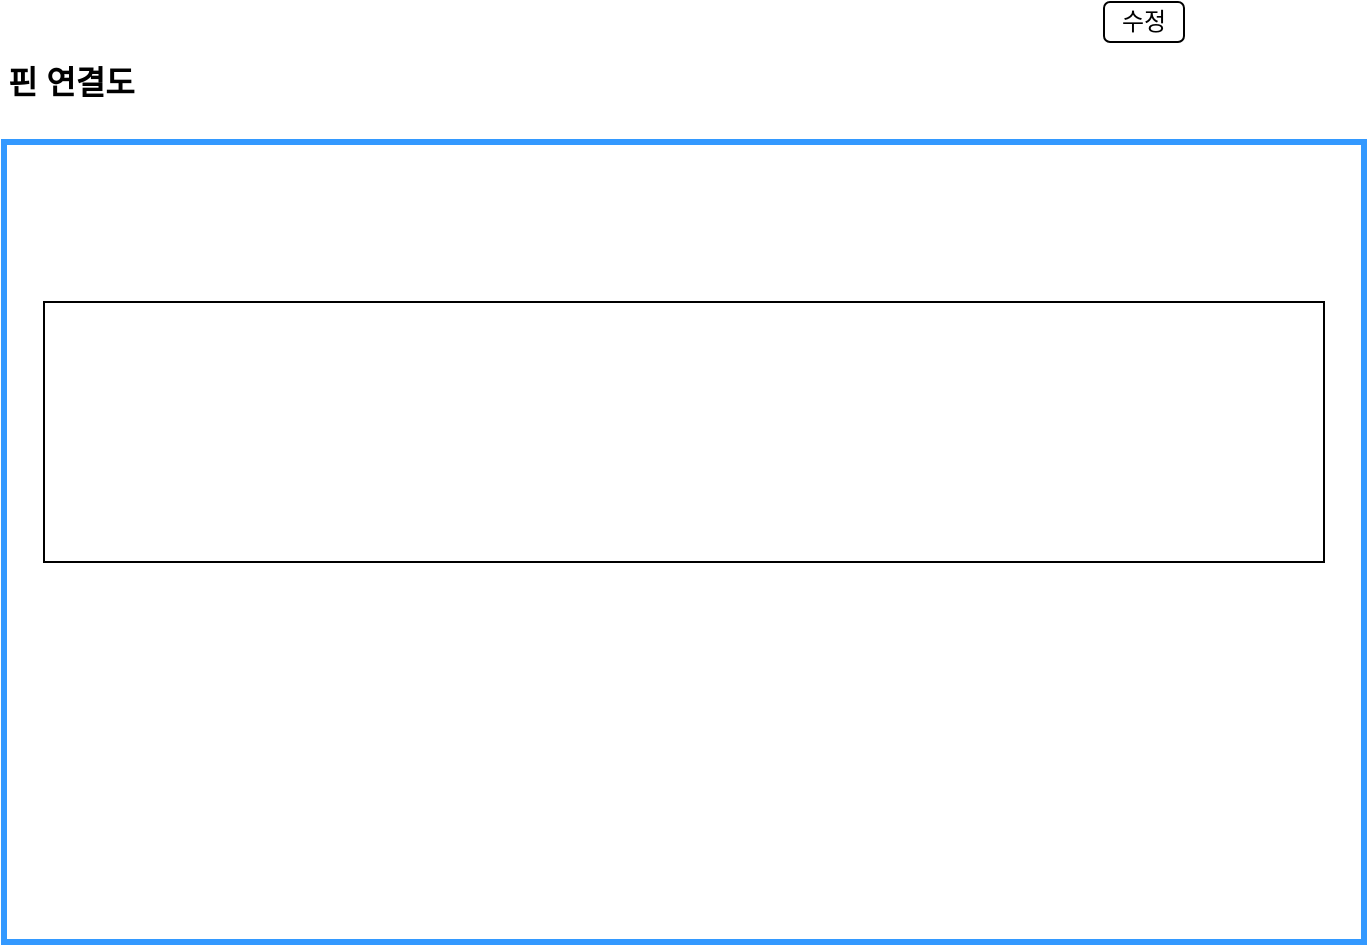
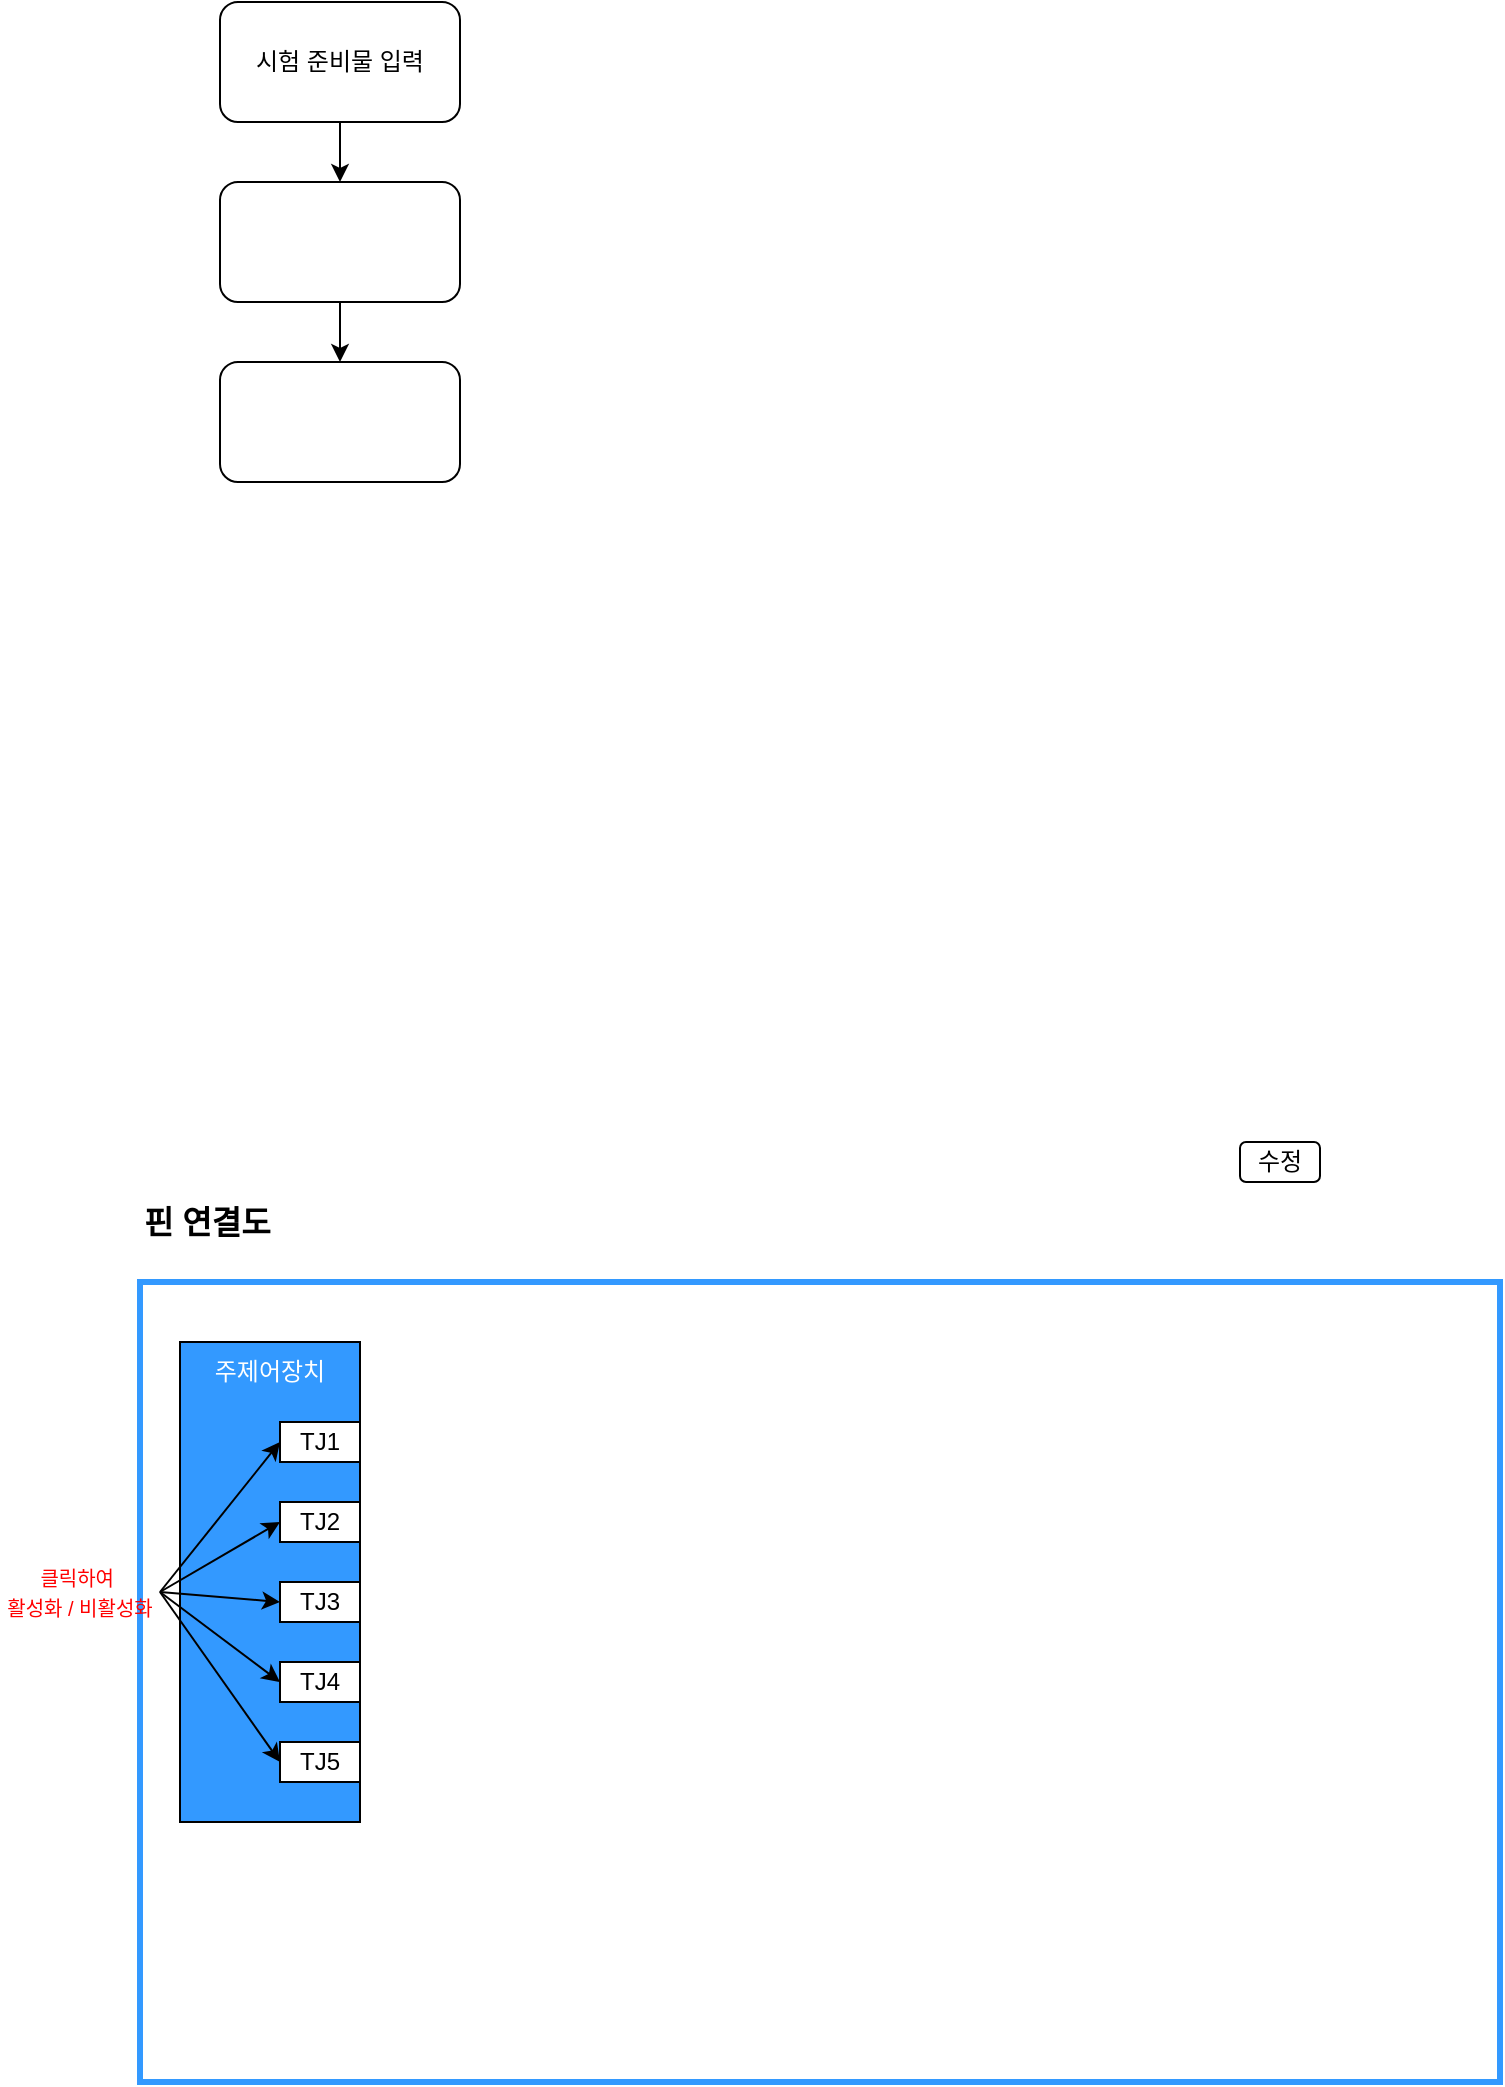
<mxfile host="app.diagrams.net">
  <diagram name="페이지-1" id="UxWbZ_BPkf-oguWBpRFv">
    <mxGraphModel dx="1047" dy="550" grid="1" gridSize="10" guides="1" tooltips="1" connect="1" arrows="1" fold="1" page="1" pageScale="1" pageWidth="827" pageHeight="1169" math="0" shadow="0">
      <root>
        <mxCell id="0" />
        <mxCell id="1" parent="0" />
        <mxCell id="T5Jo-hEF-b0Sb9yn7Qss-1" parent="1" style="rounded=0;whiteSpace=wrap;html=1;strokeColor=#3399FF;strokeWidth=3;glass=0;shadow=0;" value="" vertex="1">
-           <mxGeometry height="400" width="680" x="80" y="100" as="geometry" />
+           <mxGeometry height="400" width="680" x="80" y="680" as="geometry" />
        </mxCell>
        <mxCell id="T5Jo-hEF-b0Sb9yn7Qss-2" parent="1" style="text;html=1;whiteSpace=wrap;strokeColor=none;fillColor=none;align=left;verticalAlign=middle;rounded=0;fontStyle=1;fontSize=16;" value="핀 연결도" vertex="1">
-           <mxGeometry height="20" width="80" x="80" y="60" as="geometry" />
+           <mxGeometry height="20" width="80" x="80" y="640" as="geometry" />
        </mxCell>
        <mxCell id="T5Jo-hEF-b0Sb9yn7Qss-4" parent="1" style="rounded=1;whiteSpace=wrap;html=1;" value="수정" vertex="1">
-           <mxGeometry height="20" width="40" x="630" y="30" as="geometry" />
+           <mxGeometry height="20" width="40" x="630" y="610" as="geometry" />
        </mxCell>
-         <mxCell id="T5Jo-hEF-b0Sb9yn7Qss-5" parent="1" style="rounded=0;whiteSpace=wrap;html=1;" value="" vertex="1">
-           <mxGeometry height="130" width="640" x="100" y="180" as="geometry" />
+         <mxCell id="T5Jo-hEF-b0Sb9yn7Qss-5" parent="1" style="rounded=0;whiteSpace=wrap;html=1;fillColor=#3399FF;strokeColor=default;" value="" vertex="1">
+           <mxGeometry height="240" width="90" x="100" y="710" as="geometry" />
+         </mxCell>
+         <mxCell id="T5Jo-hEF-b0Sb9yn7Qss-6" parent="1" style="rounded=0;whiteSpace=wrap;html=1;" value="TJ1" vertex="1">
+           <mxGeometry height="20" width="40" x="150" y="750" as="geometry" />
+         </mxCell>
+         <mxCell id="T5Jo-hEF-b0Sb9yn7Qss-7" parent="1" style="rounded=0;whiteSpace=wrap;html=1;" value="TJ4" vertex="1">
+           <mxGeometry height="20" width="40" x="150" y="870" as="geometry" />
+         </mxCell>
+         <mxCell id="T5Jo-hEF-b0Sb9yn7Qss-8" parent="1" style="rounded=0;whiteSpace=wrap;html=1;" value="TJ2" vertex="1">
+           <mxGeometry height="20" width="40" x="150" y="790" as="geometry" />
+         </mxCell>
+         <mxCell id="T5Jo-hEF-b0Sb9yn7Qss-9" parent="1" style="rounded=0;whiteSpace=wrap;html=1;" value="TJ3" vertex="1">
+           <mxGeometry height="20" width="40" x="150" y="830" as="geometry" />
+         </mxCell>
+         <mxCell id="T5Jo-hEF-b0Sb9yn7Qss-11" parent="1" style="rounded=0;whiteSpace=wrap;html=1;" value="TJ5" vertex="1">
+           <mxGeometry height="20" width="40" x="150" y="910" as="geometry" />
+         </mxCell>
+         <mxCell id="T5Jo-hEF-b0Sb9yn7Qss-12" parent="1" style="text;html=1;whiteSpace=wrap;strokeColor=none;fillColor=none;align=center;verticalAlign=middle;rounded=0;fontColor=#FF0000;" value="&lt;font style=&quot;font-size: 10px;&quot;&gt;클릭하여&amp;nbsp;&lt;/font&gt;&lt;div&gt;&lt;font style=&quot;font-size: 10px;&quot;&gt;활성화 / 비활성화&lt;/font&gt;&lt;/div&gt;" vertex="1">
+           <mxGeometry height="30" width="80" x="10" y="820" as="geometry" />
+         </mxCell>
+         <mxCell id="T5Jo-hEF-b0Sb9yn7Qss-14" edge="1" parent="1" source="T5Jo-hEF-b0Sb9yn7Qss-12" style="endArrow=classic;html=1;rounded=0;entryX=0;entryY=0.5;entryDx=0;entryDy=0;exitX=1;exitY=0.5;exitDx=0;exitDy=0;" target="T5Jo-hEF-b0Sb9yn7Qss-6" value="">
+           <mxGeometry height="50" relative="1" width="50" as="geometry">
+             <mxPoint x="350" y="900" as="sourcePoint" />
+             <mxPoint x="400" y="850" as="targetPoint" />
+           </mxGeometry>
+         </mxCell>
+         <mxCell id="T5Jo-hEF-b0Sb9yn7Qss-15" edge="1" parent="1" source="T5Jo-hEF-b0Sb9yn7Qss-12" style="endArrow=classic;html=1;rounded=0;entryX=0;entryY=0.5;entryDx=0;entryDy=0;exitX=1;exitY=0.5;exitDx=0;exitDy=0;" target="T5Jo-hEF-b0Sb9yn7Qss-8" value="">
+           <mxGeometry height="50" relative="1" width="50" as="geometry">
+             <mxPoint x="260" y="830" as="sourcePoint" />
+             <mxPoint x="320" y="835" as="targetPoint" />
+           </mxGeometry>
+         </mxCell>
+         <mxCell id="T5Jo-hEF-b0Sb9yn7Qss-16" edge="1" parent="1" source="T5Jo-hEF-b0Sb9yn7Qss-12" style="endArrow=classic;html=1;rounded=0;entryX=0;entryY=0.5;entryDx=0;entryDy=0;exitX=1;exitY=0.5;exitDx=0;exitDy=0;" target="T5Jo-hEF-b0Sb9yn7Qss-9" value="">
+           <mxGeometry height="50" relative="1" width="50" as="geometry">
+             <mxPoint x="330" y="780" as="sourcePoint" />
+             <mxPoint x="390" y="785" as="targetPoint" />
+           </mxGeometry>
+         </mxCell>
+         <mxCell id="T5Jo-hEF-b0Sb9yn7Qss-17" edge="1" parent="1" source="T5Jo-hEF-b0Sb9yn7Qss-12" style="endArrow=classic;html=1;rounded=0;entryX=0;entryY=0.5;entryDx=0;entryDy=0;exitX=1;exitY=0.5;exitDx=0;exitDy=0;" target="T5Jo-hEF-b0Sb9yn7Qss-7" value="">
+           <mxGeometry height="50" relative="1" width="50" as="geometry">
+             <mxPoint x="430" y="790" as="sourcePoint" />
+             <mxPoint x="490" y="795" as="targetPoint" />
+           </mxGeometry>
+         </mxCell>
+         <mxCell id="T5Jo-hEF-b0Sb9yn7Qss-18" edge="1" parent="1" source="T5Jo-hEF-b0Sb9yn7Qss-12" style="endArrow=classic;html=1;rounded=0;entryX=0;entryY=0.5;entryDx=0;entryDy=0;exitX=1;exitY=0.5;exitDx=0;exitDy=0;" target="T5Jo-hEF-b0Sb9yn7Qss-11" value="">
+           <mxGeometry height="50" relative="1" width="50" as="geometry">
+             <mxPoint x="390" y="770" as="sourcePoint" />
+             <mxPoint x="450" y="775" as="targetPoint" />
+           </mxGeometry>
+         </mxCell>
+         <mxCell id="T5Jo-hEF-b0Sb9yn7Qss-19" parent="1" style="text;html=1;whiteSpace=wrap;strokeColor=none;fillColor=none;align=center;verticalAlign=middle;rounded=0;" value="&lt;font style=&quot;color: rgb(255, 255, 255);&quot;&gt;주제어장치&lt;/font&gt;" vertex="1">
+           <mxGeometry height="30" width="60" x="115" y="710" as="geometry" />
+         </mxCell>
+         <mxCell id="T5Jo-hEF-b0Sb9yn7Qss-23" edge="1" parent="1" source="T5Jo-hEF-b0Sb9yn7Qss-21" style="edgeStyle=orthogonalEdgeStyle;rounded=0;orthogonalLoop=1;jettySize=auto;html=1;" target="T5Jo-hEF-b0Sb9yn7Qss-22" value="">
+           <mxGeometry relative="1" as="geometry" />
+         </mxCell>
+         <mxCell id="T5Jo-hEF-b0Sb9yn7Qss-21" parent="1" style="rounded=1;whiteSpace=wrap;html=1;" value="시험 준비물 입력" vertex="1">
+           <mxGeometry height="60" width="120" x="120" y="40" as="geometry" />
+         </mxCell>
+         <mxCell id="T5Jo-hEF-b0Sb9yn7Qss-26" edge="1" parent="1" source="T5Jo-hEF-b0Sb9yn7Qss-22" style="edgeStyle=orthogonalEdgeStyle;rounded=0;orthogonalLoop=1;jettySize=auto;html=1;" target="T5Jo-hEF-b0Sb9yn7Qss-25" value="">
+           <mxGeometry relative="1" as="geometry" />
+         </mxCell>
+         <mxCell id="T5Jo-hEF-b0Sb9yn7Qss-22" parent="1" style="whiteSpace=wrap;html=1;rounded=1;" value="" vertex="1">
+           <mxGeometry height="60" width="120" x="120" y="130" as="geometry" />
+         </mxCell>
+         <mxCell id="T5Jo-hEF-b0Sb9yn7Qss-25" parent="1" style="whiteSpace=wrap;html=1;rounded=1;" value="" vertex="1">
+           <mxGeometry height="60" width="120" x="120" y="220" as="geometry" />
        </mxCell>
      </root>
    </mxGraphModel>
  </diagram>
</mxfile>
